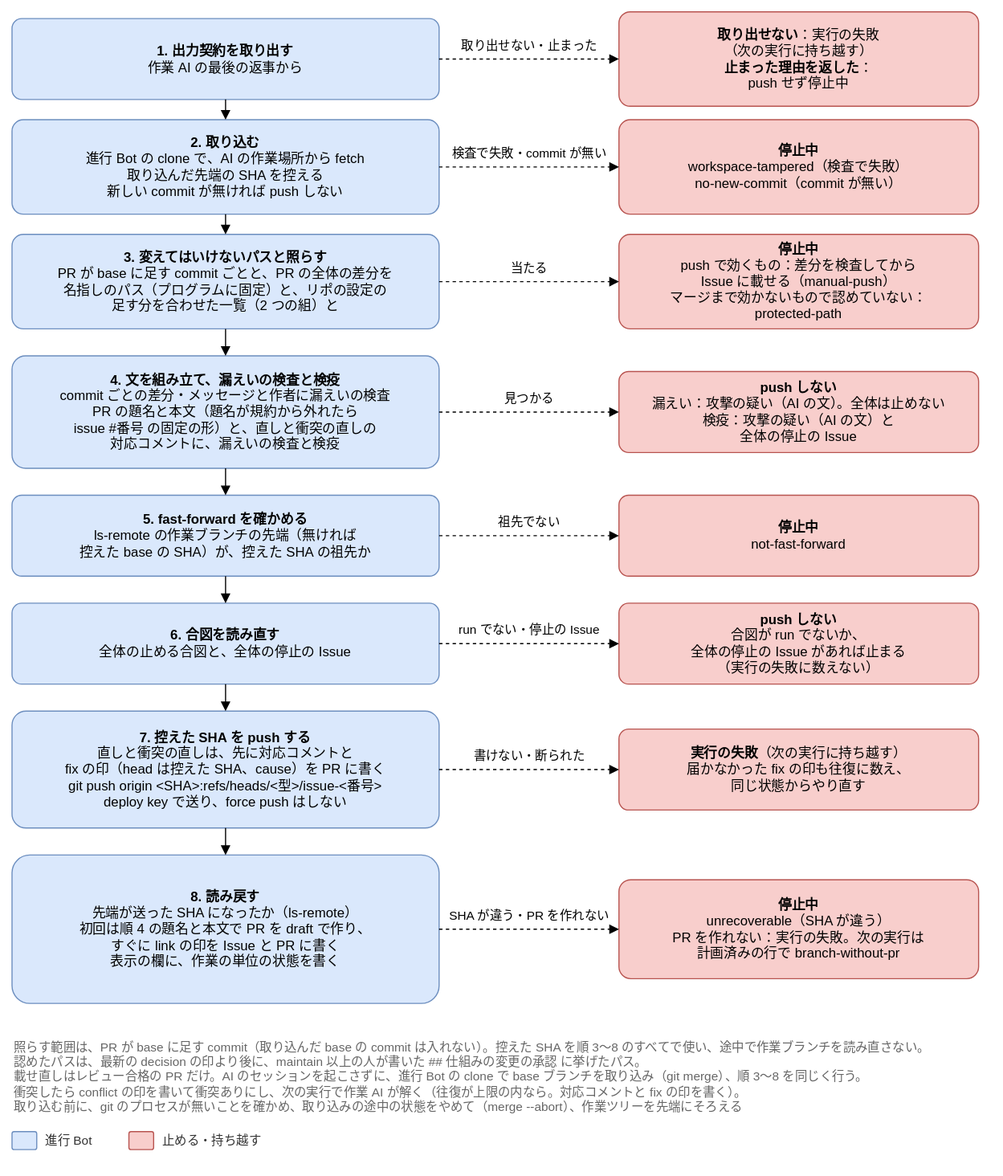
This is docs/design/basic/diagrams/02-push.drawio.svg from Joymerrevent/dev-autopilot, a draw.io export, as it was before one commit. Source tidied: cells renumbered, new cells last; positions are measured from the earlier drawing's top-left corner, leaving out a move shared by most shapes.
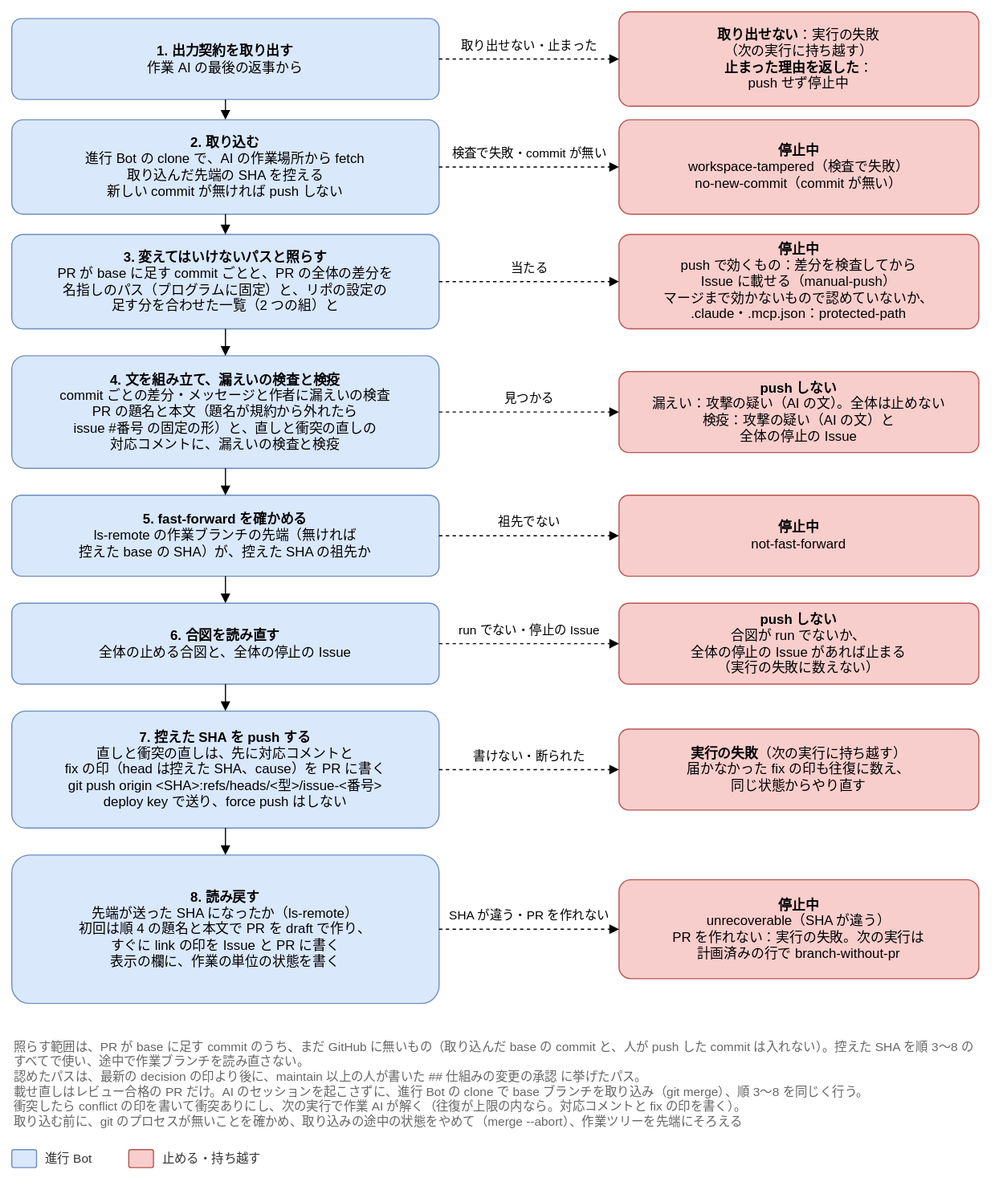
Above is the later version.

Commit message:
docs(design): 変更の作成と push の手順の図に、manual-change と照らす範囲の決め直しを書き添える

02-next-step-in-progress（停止中の箱に manual-change、注記に戻した後の続け方）と 02-push（停止中の
箱に .claude・.mcp.json、注記の照らす範囲）を直す。

Claude-Session: https://claude.ai/code/session_01LvmXQKtqBk1ABFg8BQJo1c

Change to the diagram source:
```diff
@@ -30,7 +30,7 @@
     <mxCell id="9" value="&lt;b&gt;3. 変えてはいけないパスと照らす&lt;/b&gt;&lt;br&gt;PR が base に足す commit ごとと、PR の全体の差分を&lt;br&gt;名指しのパス（プログラムに固定）と、リポの設定の&lt;br&gt;足す分を合わせた一覧（2 つの組）と" style="rounded=1;whiteSpace=wrap;html=1;fontSize=12;arcSize=12;spacing=12;fillColor=#dae8fc;strokeColor=#6c8ebf;" parent="1" vertex="1">
       <mxGeometry y="198" width="380" height="84" as="geometry" />
     </mxCell>
-    <mxCell id="10" value="&lt;b&gt;停止中&lt;/b&gt;&lt;br&gt;push で効くもの：差分を検査してから&lt;br&gt;Issue に載せる（manual-push）&lt;br&gt;マージまで効かないもので認めていない：&lt;br&gt;protected-path" style="rounded=1;whiteSpace=wrap;html=1;fontSize=12;arcSize=12;spacing=12;fillColor=#f8cecc;strokeColor=#b85450;" parent="1" vertex="1">
+    <mxCell id="10" value="&lt;b&gt;停止中&lt;/b&gt;&lt;br&gt;push で効くもの：差分を検査してから&lt;br&gt;Issue に載せる（manual-push）&lt;br&gt;マージまで効かないもので認めていないか、&lt;br&gt;.claude・.mcp.json：protected-path" style="rounded=1;whiteSpace=wrap;html=1;fontSize=12;arcSize=12;spacing=12;fillColor=#f8cecc;strokeColor=#b85450;" parent="1" vertex="1">
       <mxGeometry x="540" y="198" width="320" height="84" as="geometry" />
     </mxCell>
     <mxCell id="11" value="当たる" style="edgeStyle=orthogonalEdgeStyle;rounded=1;html=1;endArrow=block;endFill=1;fontSize=11;labelBackgroundColor=#ffffff;dashed=1;exitX=1;exitY=0.5;exitDx=0;exitDy=0;entryX=0;entryY=0.5;entryDx=0;entryDy=0;" parent="1" edge="1" source="9" target="10">
@@ -111,20 +111,20 @@
     <mxCell id="32" style="edgeStyle=orthogonalEdgeStyle;rounded=1;html=1;endArrow=block;endFill=1;fontSize=11;labelBackgroundColor=#ffffff;exitX=0.5;exitY=1;exitDx=0;exitDy=0;entryX=0.5;entryY=0;entryDx=0;entryDy=0;" parent="1" edge="1" source="25" target="29">
       <mxGeometry relative="1" as="geometry" />
     </mxCell>
-    <mxCell id="33" value="照らす範囲は、PR が base に足す commit（取り込んだ base の commit は入れない）。控えた SHA を順 3〜8 のすべてで使い、途中で作業ブランチを読み直さない。&lt;br&gt;認めたパスは、最新の decision の印より後に、maintain 以上の人が書いた ## 仕組みの変更の承認 に挙げたパス。&lt;br&gt;載せ直しはレビュー合格の PR だけ。AI のセッションを起こさずに、進行 Bot の clone で base ブランチを取り込み（git merge）、順 3〜8 を同じく行う。&lt;br&gt;衝突したら conflict の印を書いて衝突ありにし、次の実行で作業 AI が解く（往復が上限の内なら。対応コメントと fix の印を書く）。&lt;br&gt;取り込む前に、git のプロセスが無いことを確かめ、取り込みの途中の状態をやめて（merge --abort）、作業ツリーを先端にそろえる" style="text;html=1;whiteSpace=wrap;align=left;verticalAlign=top;fontSize=11;fontColor=#666666;" parent="1" vertex="1">
-      <mxGeometry y="908" width="860" height="70" as="geometry" />
+    <mxCell id="33" value="照らす範囲は、PR が base に足す commit のうち、まだ GitHub に無いもの（取り込んだ base の commit と、人が push した commit は入れない）。控えた SHA を順 3〜8 のすべてで使い、途中で作業ブランチを読み直さない。&lt;br&gt;認めたパスは、最新の decision の印より後に、maintain 以上の人が書いた ## 仕組みの変更の承認 に挙げたパス。&lt;br&gt;載せ直しはレビュー合格の PR だけ。AI のセッションを起こさずに、進行 Bot の clone で base ブランチを取り込み（git merge）、順 3〜8 を同じく行う。&lt;br&gt;衝突したら conflict の印を書いて衝突ありにし、次の実行で作業 AI が解く（往復が上限の内なら。対応コメントと fix の印を書く）。&lt;br&gt;取り込む前に、git のプロセスが無いことを確かめ、取り込みの途中の状態をやめて（merge --abort）、作業ツリーを先端にそろえる" style="text;html=1;whiteSpace=wrap;align=left;verticalAlign=top;fontSize=11;fontColor=#666666;" parent="1" vertex="1">
+      <mxGeometry y="908" width="860" height="86" as="geometry" />
     </mxCell>
     <mxCell id="34" style="rounded=1;whiteSpace=wrap;html=1;fontSize=12;arcSize=12;spacing=12;fillColor=#dae8fc;strokeColor=#6c8ebf;" parent="1" vertex="1">
-      <mxGeometry y="996" width="22" height="16" as="geometry" />
+      <mxGeometry y="1012" width="22" height="16" as="geometry" />
     </mxCell>
     <mxCell id="35" value="進行 Bot" style="text;html=1;align=left;verticalAlign=middle;fontSize=11;fontColor=#333333;" parent="1" vertex="1">
-      <mxGeometry x="28" y="994" width="60" height="20" as="geometry" />
+      <mxGeometry x="28" y="1010" width="60" height="20" as="geometry" />
     </mxCell>
     <mxCell id="36" style="rounded=1;whiteSpace=wrap;html=1;fontSize=12;arcSize=12;spacing=12;fillColor=#f8cecc;strokeColor=#b85450;" parent="1" vertex="1">
-      <mxGeometry x="104" y="996" width="22" height="16" as="geometry" />
+      <mxGeometry x="104" y="1012" width="22" height="16" as="geometry" />
     </mxCell>
     <mxCell id="37" value="止める・持ち越す" style="text;html=1;align=left;verticalAlign=middle;fontSize=11;fontColor=#333333;" parent="1" vertex="1">
-      <mxGeometry x="132" y="994" width="106" height="20" as="geometry" />
+      <mxGeometry x="132" y="1010" width="106" height="20" as="geometry" />
     </mxCell>
   </root>
 </mxGraphModel>
```
